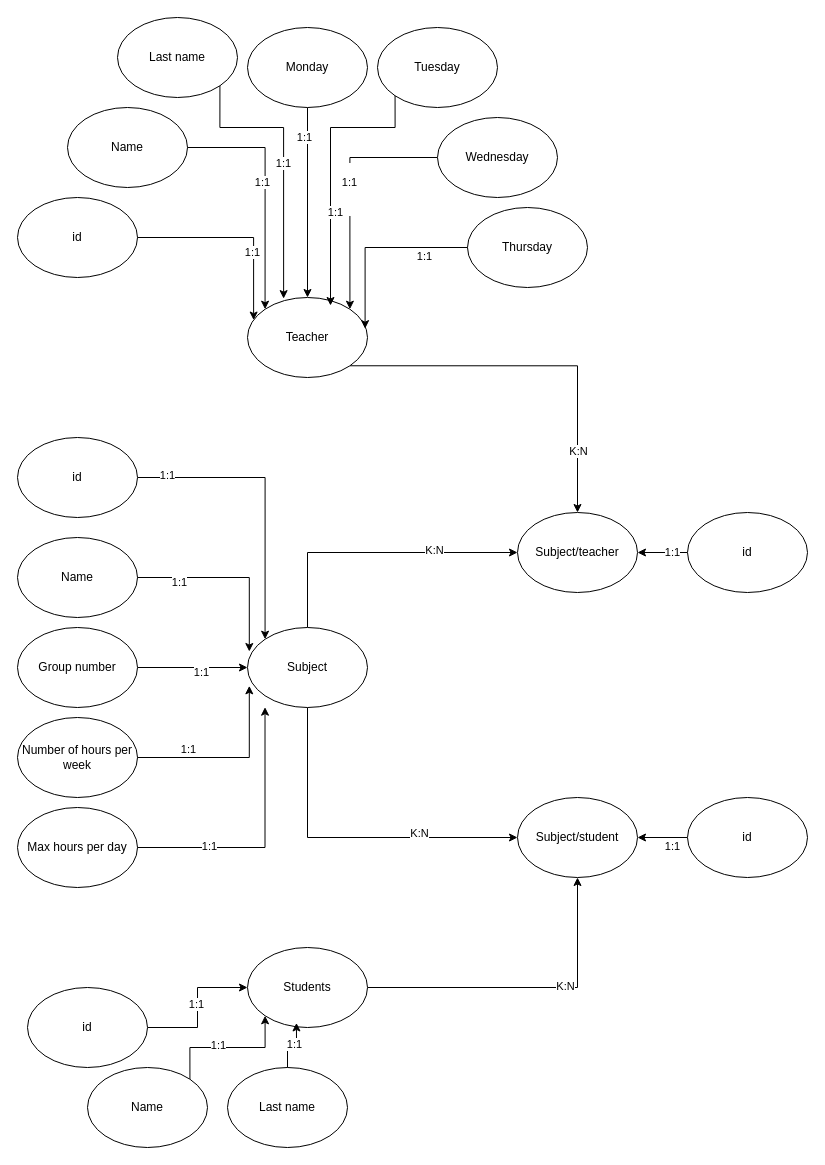
ReinisDelvers/School-timetable-algorithm keeps this draw.io diagram as DataCircle.drawio. Above is the earlier version. Source tidied: cells renumbered, new cells numbered last; positions are measured from the earlier drawing's top-left corner, leaving out a move shared by most shapes. Both pictures are drawn from the tidied source at 100%, with x=0, y=0 at pixel (17, 17).
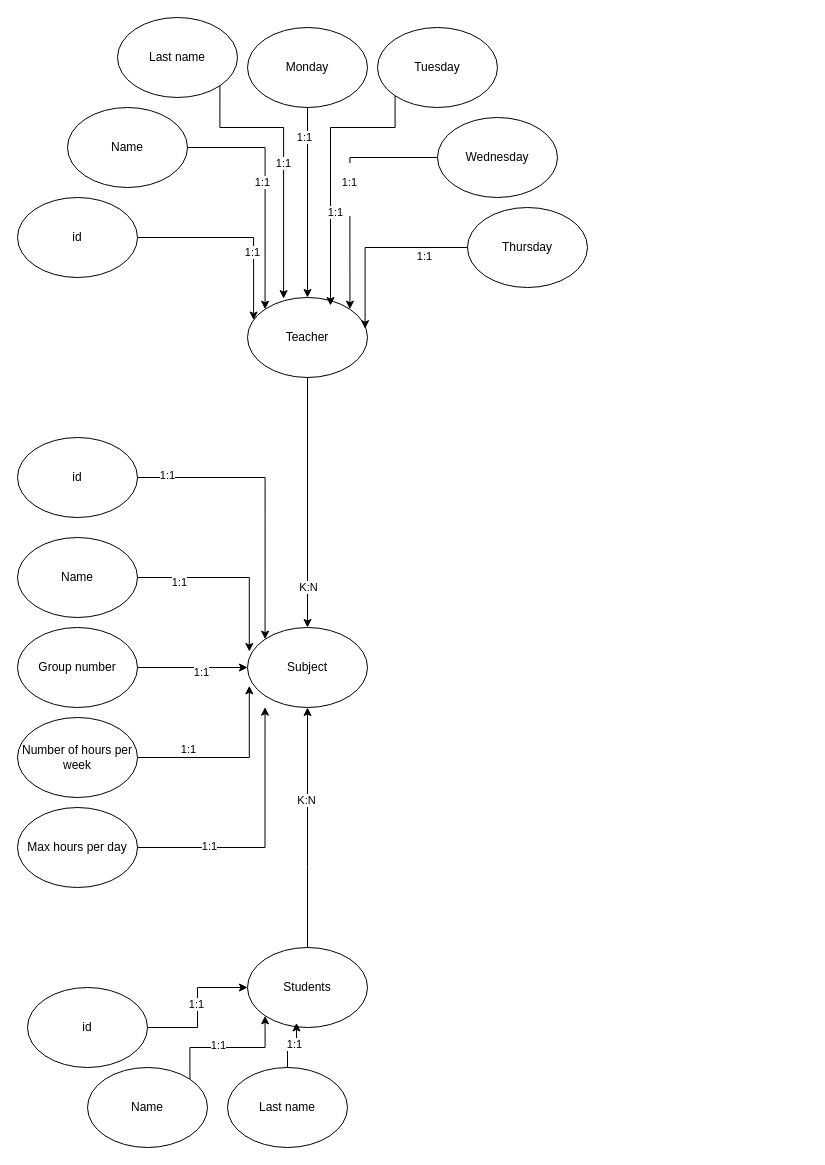
The same page after the edit.

The change refers to these unchanged cells:
```xml
<mxCell id="4" value="Teacher" style="ellipse;whiteSpace=wrap;html=1;" parent="1" vertex="1">
  <mxGeometry x="230" y="280" width="120" height="80" as="geometry" />
</mxCell>
<mxCell id="38" value="Subject" style="ellipse;whiteSpace=wrap;html=1;" parent="1" vertex="1">
  <mxGeometry x="230" y="610" width="120" height="80" as="geometry" />
</mxCell>
<mxCell id="54" value="Students" style="ellipse;whiteSpace=wrap;html=1;" parent="1" vertex="1">
  <mxGeometry x="230" y="930" width="120" height="80" as="geometry" />
</mxCell>
```

Change to the diagram source:
```diff
@@
-    <mxCell id="2" style="edgeStyle=orthogonalEdgeStyle;rounded=0;jettySize=auto;html=1;exitX=1;exitY=1;exitDx=0;exitDy=0;" parent="1" edge="1" source="4" target="64">
+    <mxCell id="2" style="edgeStyle=orthogonalEdgeStyle;rounded=0;jettySize=auto;html=1;exitX=0.5;exitY=1;exitDx=0;exitDy=0;entryX=0.5;entryY=0;entryDx=0;entryDy=0;" parent="1" edge="1" source="4" target="38">
       <mxGeometry relative="1" as="geometry" />
     </mxCell>
@@
-    <mxCell id="34" style="edgeStyle=orthogonalEdgeStyle;rounded=0;jettySize=auto;html=1;entryX=0;entryY=0.5;entryDx=0;entryDy=0;exitX=0.5;exitY=0;exitDx=0;exitDy=0;" parent="1" edge="1" source="38" target="64">
-      <mxGeometry relative="1" as="geometry" />
-    </mxCell>
-    <mxCell id="35" value="K:N" style="edgeLabel;html=1;align=center;verticalAlign=middle;" parent="34" vertex="1">
-      <mxGeometry x="0.4" y="3" relative="1" as="geometry">
-        <mxPoint x="1" as="offset" />
-      </mxGeometry>
-    </mxCell>
-    <mxCell id="36" style="edgeStyle=orthogonalEdgeStyle;rounded=0;jettySize=auto;html=1;exitX=0.5;exitY=1;exitDx=0;exitDy=0;entryX=0;entryY=0.5;entryDx=0;entryDy=0;" parent="1" edge="1" source="38" target="60">
-      <mxGeometry relative="1" as="geometry" />
-    </mxCell>
-    <mxCell id="37" value="K:N" style="edgeLabel;html=1;align=center;verticalAlign=middle;" parent="36" vertex="1">
-      <mxGeometry x="0.42" y="5" relative="1" as="geometry" />
-    </mxCell>
@@
-    <mxCell id="52" style="edgeStyle=orthogonalEdgeStyle;rounded=0;jettySize=auto;html=1;exitX=1;exitY=0.5;exitDx=0;exitDy=0;entryX=0.5;entryY=1;entryDx=0;entryDy=0;" parent="1" edge="1" source="54" target="60">
-      <mxGeometry relative="1" as="geometry" />
+    <mxCell id="52" style="edgeStyle=orthogonalEdgeStyle;rounded=0;jettySize=auto;html=1;entryX=0.5;entryY=1;entryDx=0;entryDy=0;exitX=0.5;exitY=0;exitDx=0;exitDy=0;" parent="1" edge="1" source="54" target="38">
+      <mxGeometry relative="1" as="geometry">
+        <Array as="points">
+          <mxPoint x="290" y="850" />
+          <mxPoint x="290" y="850" />
+        </Array>
+      </mxGeometry>
     </mxCell>
@@
-    <mxCell id="57" style="edgeStyle=orthogonalEdgeStyle;rounded=0;jettySize=auto;html=1;" parent="1" edge="1" source="59" target="60">
-      <mxGeometry relative="1" as="geometry" />
-    </mxCell>
-    <mxCell id="58" value="1:1" style="edgeLabel;html=1;align=center;verticalAlign=middle;" parent="57" vertex="1">
-      <mxGeometry x="-0.37" y="8" relative="1" as="geometry" />
-    </mxCell>
-    <mxCell id="59" value="id" style="ellipse;whiteSpace=wrap;html=1;" parent="1" vertex="1">
-      <mxGeometry x="670" y="780" width="120" height="80" as="geometry" />
-    </mxCell>
-    <mxCell id="60" value="Subject/student" style="ellipse;whiteSpace=wrap;html=1;" parent="1" vertex="1">
-      <mxGeometry x="500" y="780" width="120" height="80" as="geometry" />
-    </mxCell>
-    <mxCell id="61" style="edgeStyle=orthogonalEdgeStyle;rounded=0;jettySize=auto;html=1;" parent="1" edge="1" source="63" target="64">
-      <mxGeometry relative="1" as="geometry" />
-    </mxCell>
-    <mxCell id="62" value="1:1" style="edgeLabel;html=1;align=center;verticalAlign=middle;" parent="61" vertex="1">
-      <mxGeometry x="-0.37" y="-1" relative="1" as="geometry" />
-    </mxCell>
-    <mxCell id="63" value="id" style="ellipse;whiteSpace=wrap;html=1;" parent="1" vertex="1">
-      <mxGeometry x="670" y="495" width="120" height="80" as="geometry" />
-    </mxCell>
-    <mxCell id="64" value="Subject/teacher" style="ellipse;whiteSpace=wrap;html=1;" parent="1" vertex="1">
-      <mxGeometry x="500" y="495" width="120" height="80" as="geometry" />
-    </mxCell>
```
